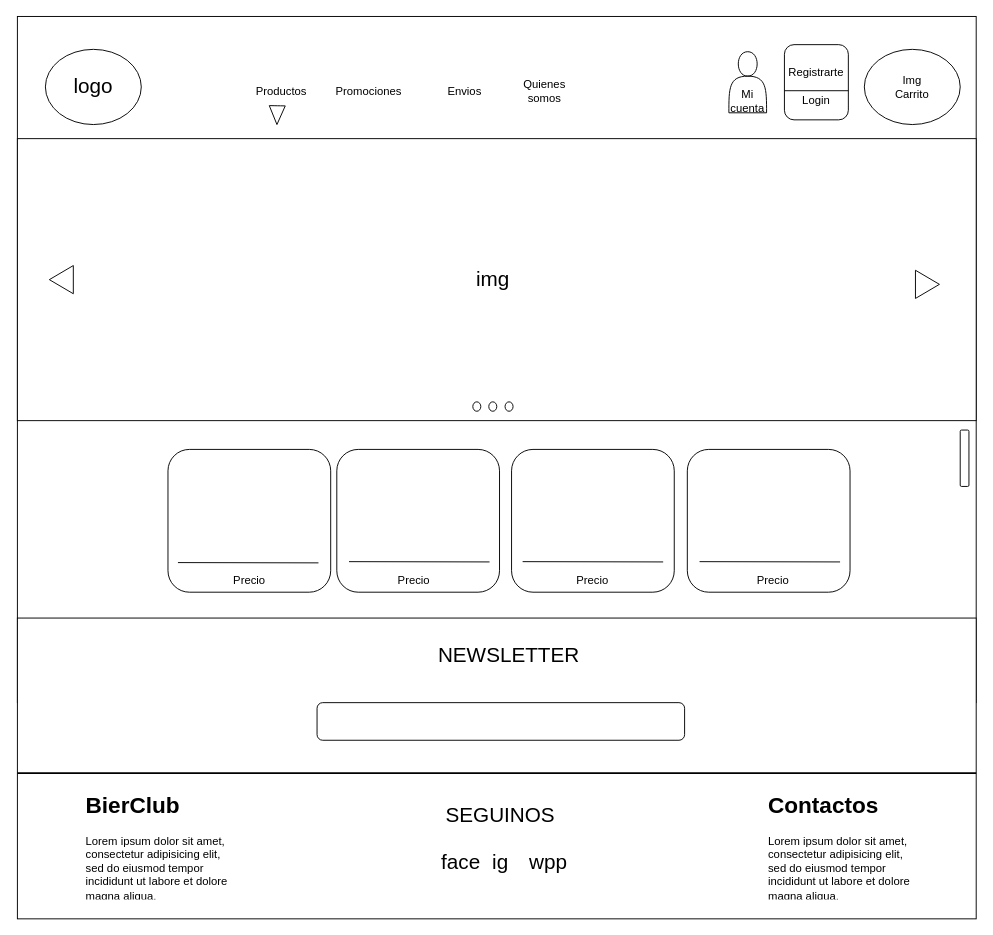
This is page "Page-3" (3 of 3) of Bocetos/Bocetos-de-Home/Home-1024.drawio from Evaristodantur/BierClub, a draw.io file, before an edit. Source tidied: cells renumbered, new cells numbered last; positions are measured from the earlier drawing's top-left corner, leaving out a move shared by most shapes. Both pictures are drawn from the tidied source at 94%, with x=0, y=0 at pixel (17, 16).
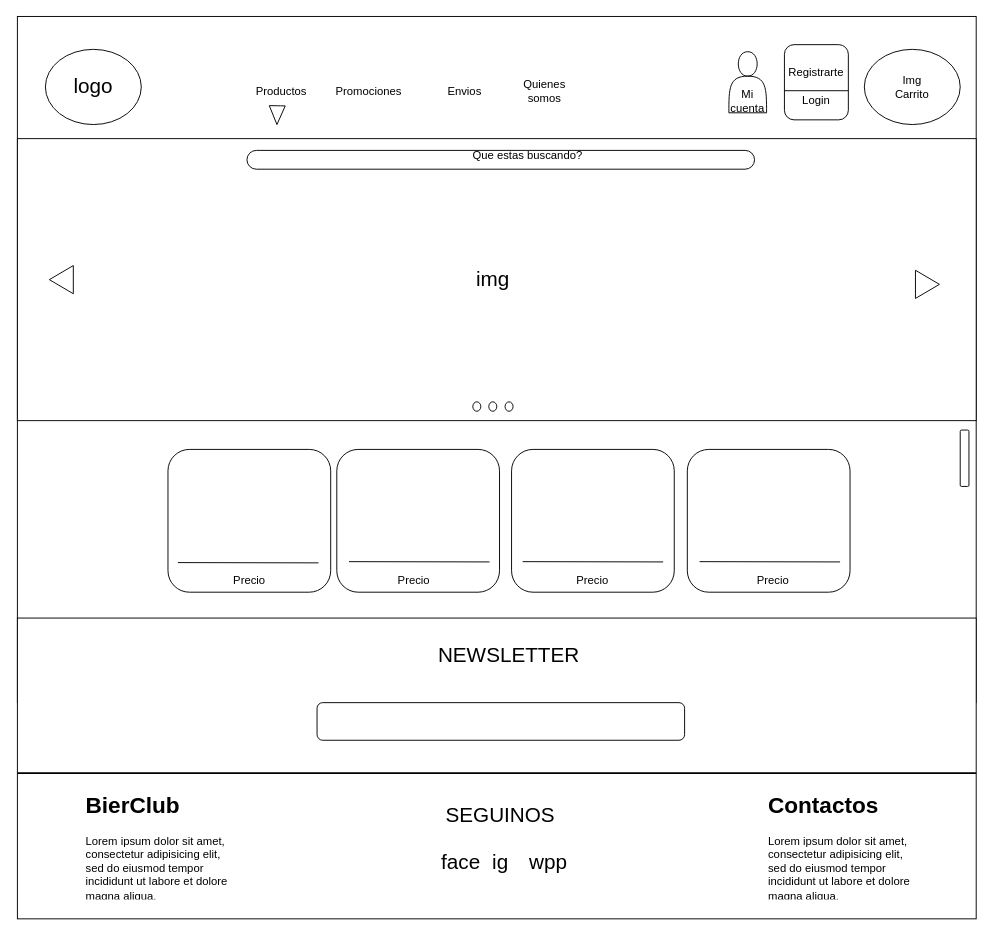
After the change.

The change refers to these unchanged cells:
```xml
<mxCell id="2" style="group;" parent="1" vertex="1">
  <mxGeometry width="1020" height="960" as="geometry" />
</mxCell>
```

Change to the diagram source:
```diff
@@
+    <mxCell id="50" style="rounded=1;whiteSpace=wrap;html=1;arcSize=50;" parent="2" vertex="1">
+      <mxGeometry x="244.2" y="142.5" width="540" height="20" as="geometry" />
+    </mxCell>
+    <mxCell id="51" value="Que estas buscando?" style="text;html=1;strokeColor=none;fillColor=none;align=center;verticalAlign=middle;whiteSpace=wrap;rounded=0;" parent="2" vertex="1">
+      <mxGeometry x="420.5" y="140" width="244" height="15" as="geometry" />
+    </mxCell>
```
